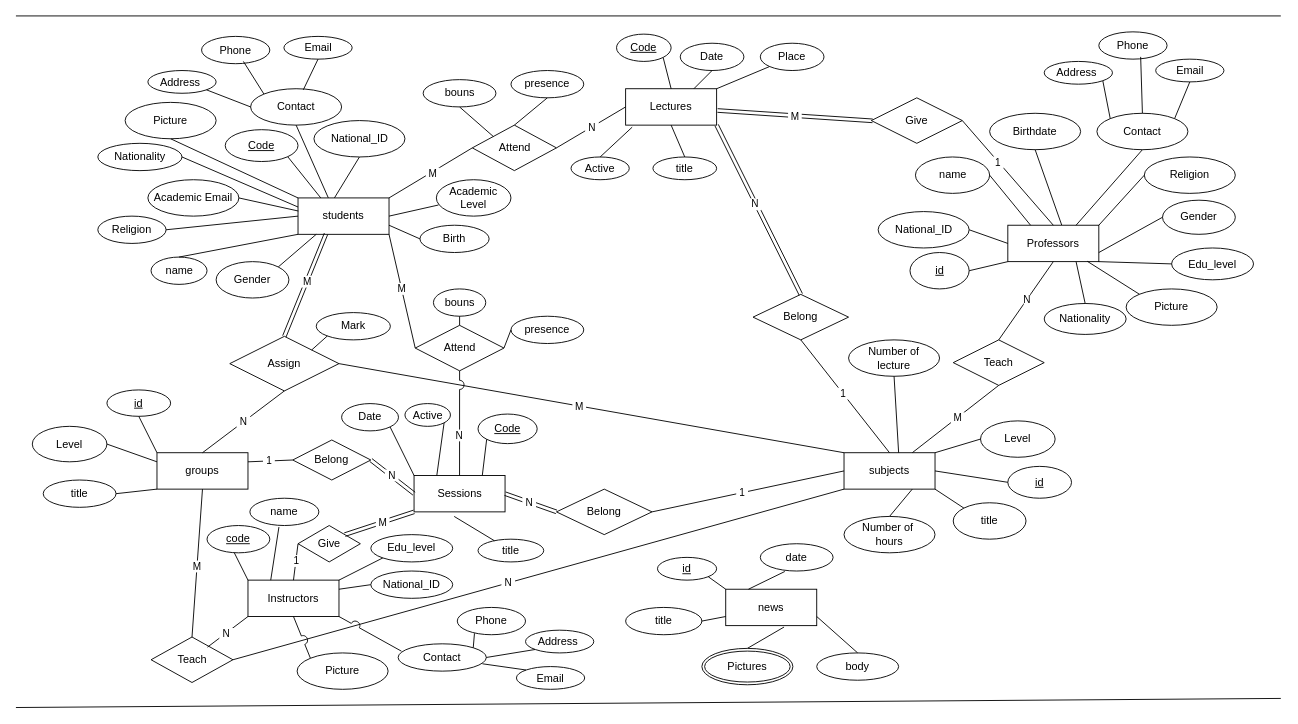
The draw.io diagram Database/ERD.drawio in TulaBy/Documentation, before the edit. Source tidied: cells renumbered, new cells numbered last; positions are measured from the earlier drawing's top-left corner, leaving out a move shared by most shapes. Both pictures are drawn from the tidied source at 91%, with x=0, y=0 at pixel (15, 15).
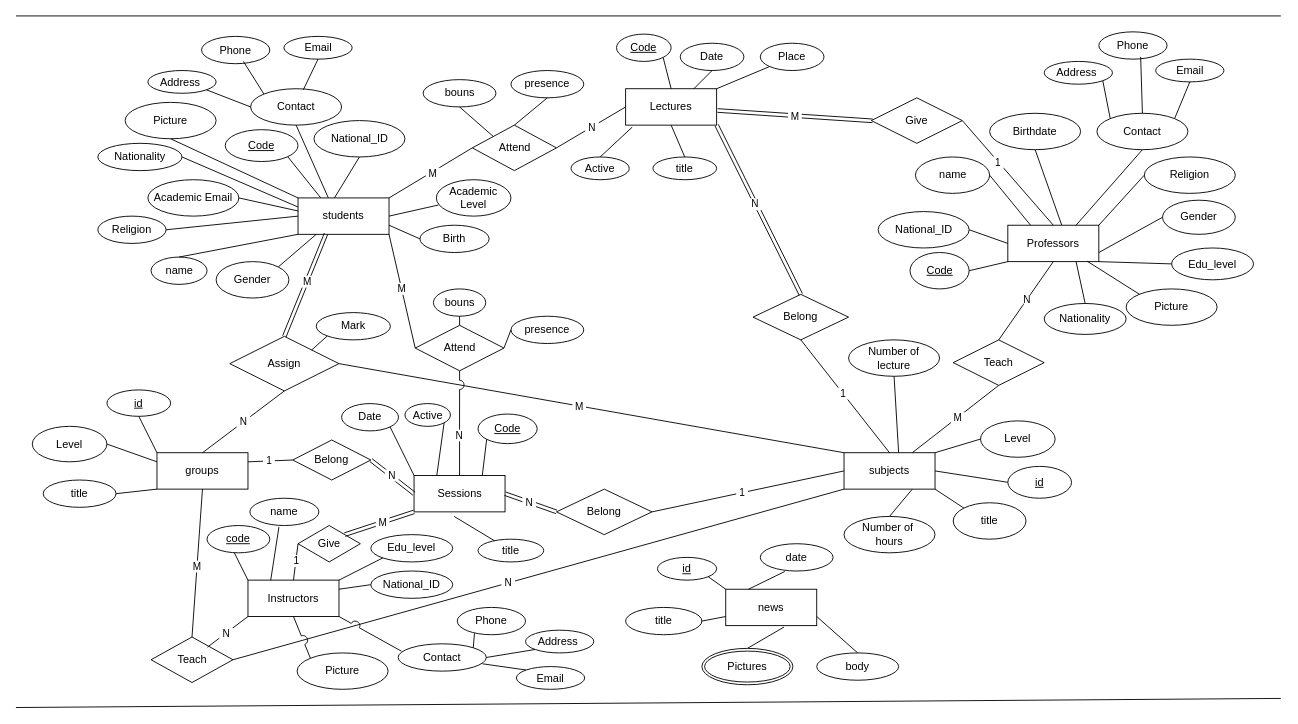
Above is the later version.

Diff of the diagram source:
```diff
@@
-    <mxCell id="86" value="id" style="ellipse;whiteSpace=wrap;html=1;align=center;fontStyle=4;" parent="1" vertex="1">
+    <mxCell id="86" value="Code" style="ellipse;whiteSpace=wrap;html=1;align=center;fontStyle=4;" parent="1" vertex="1">
       <mxGeometry x="982.5" y="260" width="65" height="40" as="geometry" />
     </mxCell>
```
